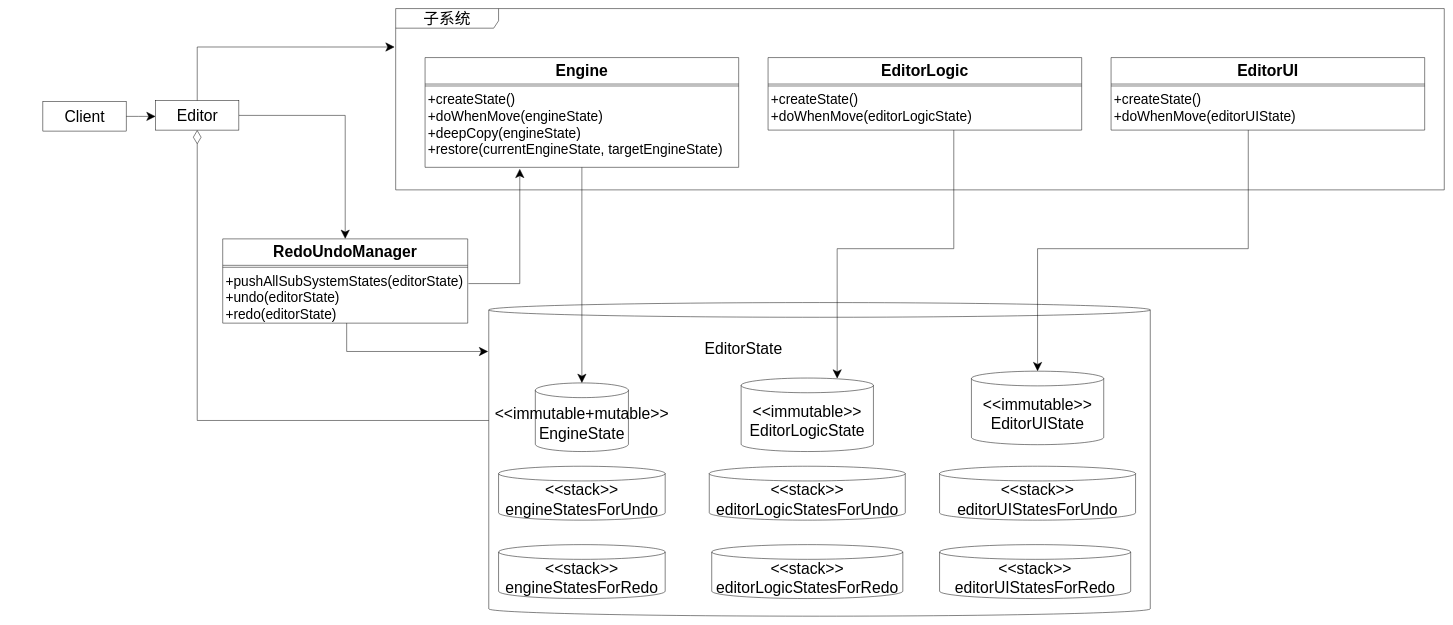
Earlier version of the draw.io diagram packages/撤销重做模式/story_improve/UML.drawio (yyc-git/3DProgramPattern). Source tidied: cells renumbered, new cells numbered last; positions are measured from the earlier drawing's top-left corner, leaving out a move shared by most shapes. Both pictures are drawn from the tidied source at 49%, with x=0, y=0 at pixel (43, 8).
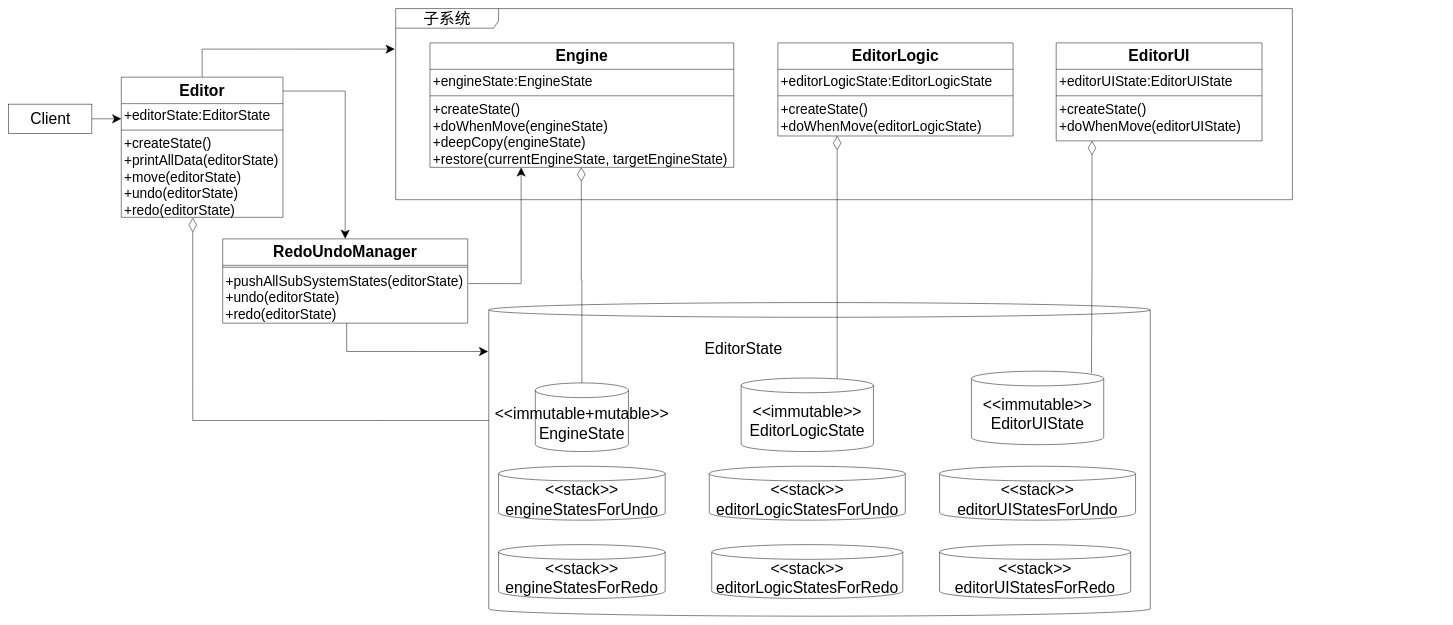
After the change.

Unchanged cells that the change refers to:
```xml
<mxCell id="3" style="shape=cylinder3;whiteSpace=wrap;html=1;boundedLbl=1;backgroundOutline=1;size=15;" parent="1" vertex="1">
  <mxGeometry x="910" y="600" width="1350" height="640" as="geometry" />
</mxCell>
<mxCell id="8" value="RedoUndoManager" style="swimlane;fontStyle=1;align=center;verticalAlign=top;horizontal=1;startSize=54;fontSize=32;" parent="1" vertex="1">
  <mxGeometry x="367" y="470" width="500" height="172" as="geometry" />
</mxCell>
<mxCell id="10" value="+pushAllSubSystemStates(editorState)&#10;+undo(editorState)&#10;+redo(editorState)" style="text;strokeColor=none;fillColor=none;align=left;verticalAlign=top;spacingLeft=4;spacingRight=4;overflow=hidden;points=[[0,0.5],[1,0.5]];portConstraint=eastwest;fontSize=28;" parent="8" vertex="1">
  <mxGeometry y="62" width="500" height="110" as="geometry" />
</mxCell>
<mxCell id="11" value="&lt;font style=&quot;font-size: 32px&quot;&gt;&amp;lt;&amp;lt;immutable+mutable&amp;gt;&amp;gt;&lt;br&gt;EngineState&lt;/font&gt;" style="shape=cylinder3;whiteSpace=wrap;html=1;boundedLbl=1;backgroundOutline=1;size=15;" parent="1" vertex="1">
  <mxGeometry x="1005" y="764" width="190" height="140" as="geometry" />
</mxCell>
<mxCell id="13" value="&lt;font style=&quot;font-size: 32px&quot;&gt;&amp;lt;&amp;lt;immutable&amp;gt;&amp;gt;&lt;br&gt;EditorLogicState&lt;/font&gt;" style="shape=cylinder3;whiteSpace=wrap;html=1;boundedLbl=1;backgroundOutline=1;size=15;" parent="1" vertex="1">
  <mxGeometry x="1425" y="754" width="270" height="150" as="geometry" />
</mxCell>
<mxCell id="14" value="&lt;font style=&quot;font-size: 32px&quot;&gt;&amp;lt;&amp;lt;immutable&amp;gt;&amp;gt;&lt;br&gt;EditorUIState&lt;/font&gt;" style="shape=cylinder3;whiteSpace=wrap;html=1;boundedLbl=1;backgroundOutline=1;size=15;" parent="1" vertex="1">
  <mxGeometry x="1895" y="740" width="270" height="150" as="geometry" />
</mxCell>
```

Change to the diagram source:
```diff
@@
     <mxCell id="2" value="&lt;font style=&quot;font-size: 32px&quot;&gt;子系统&lt;/font&gt;" style="shape=umlFrame;whiteSpace=wrap;html=1;width=210;height=40;fontSize=32;" parent="1" vertex="1">
-      <mxGeometry x="720" width="2140" height="370" as="geometry" />
+      <mxGeometry x="720" width="1830" height="390" as="geometry" />
     </mxCell>
@@
     <mxCell id="4" style="edgeStyle=orthogonalEdgeStyle;rounded=0;jettySize=auto;html=1;endSize=16;startSize=16;" parent="1" edge="1" source="5">
       <mxGeometry relative="1" as="geometry">
-        <mxPoint x="230" y="220" as="targetPoint" />
+        <mxPoint x="160" y="225" as="targetPoint" />
       </mxGeometry>
     </mxCell>
     <mxCell id="5" value="Client" style="html=1;fontSize=32;" parent="1" vertex="1">
-      <mxGeometry y="190" width="170" height="60" as="geometry" />
+      <mxGeometry x="-70" y="195" width="170" height="60" as="geometry" />
     </mxCell>
-    <mxCell id="6" style="edgeStyle=orthogonalEdgeStyle;rounded=0;jettySize=auto;html=1;entryX=0.302;entryY=1.019;entryDx=0;entryDy=0;entryPerimeter=0;startSize=16;endSize=16;exitX=1.003;exitY=0.266;exitDx=0;exitDy=0;exitPerimeter=0;" parent="1" edge="1" source="10" target="18">
+    <mxCell id="6" style="edgeStyle=orthogonalEdgeStyle;rounded=0;jettySize=auto;html=1;startSize=16;endSize=16;exitX=1.003;exitY=0.266;exitDx=0;exitDy=0;exitPerimeter=0;" parent="1" edge="1" source="10" target="18">
       <mxGeometry relative="1" as="geometry">
         <Array as="points">
-          <mxPoint x="973" y="561" />
+          <mxPoint x="976" y="561" />
         </Array>
       </mxGeometry>
     </mxCell>
@@
-    <mxCell id="12" style="edgeStyle=orthogonalEdgeStyle;rounded=0;jettySize=auto;html=1;entryX=0;entryY=0.376;entryDx=0;entryDy=0;entryPerimeter=0;startSize=26;endSize=26;exitX=0.5;exitY=1;exitDx=0;exitDy=0;startArrow=diamondThin;startFill=0;endArrow=none;endFill=0;" parent="1" edge="1" source="36" target="3">
-      <mxGeometry relative="1" as="geometry" />
+    <mxCell id="12" style="edgeStyle=orthogonalEdgeStyle;rounded=0;jettySize=auto;html=1;entryX=0;entryY=0.376;entryDx=0;entryDy=0;entryPerimeter=0;startSize=26;endSize=26;startArrow=diamondThin;startFill=0;endArrow=none;endFill=0;exitX=0.442;exitY=1.007;exitDx=0;exitDy=0;exitPerimeter=0;" parent="1" edge="1" source="45" target="3">
+      <mxGeometry relative="1" as="geometry">
+        <Array as="points">
+          <mxPoint x="306" y="841" />
+        </Array>
+      </mxGeometry>
     </mxCell>
@@
-    <mxCell id="15" style="edgeStyle=orthogonalEdgeStyle;rounded=0;jettySize=auto;html=1;entryX=0.5;entryY=0;entryDx=0;entryDy=0;entryPerimeter=0;endSize=16;startSize=16;" parent="1" edge="1" source="16" target="11">
+    <mxCell id="15" style="edgeStyle=orthogonalEdgeStyle;rounded=0;jettySize=auto;html=1;entryX=0.5;entryY=0;entryDx=0;entryDy=0;entryPerimeter=0;endSize=26;startSize=26;exitX=0.498;exitY=1;exitDx=0;exitDy=0;exitPerimeter=0;startArrow=diamondThin;startFill=0;endArrow=none;endFill=0;" parent="1" edge="1" source="18" target="11">
       <mxGeometry relative="1" as="geometry" />
     </mxCell>
-    <mxCell id="16" value="Engine" style="swimlane;fontStyle=1;align=center;verticalAlign=top;horizontal=1;startSize=54;fontSize=32;" parent="1" vertex="1">
-      <mxGeometry x="780" y="100" width="640" height="224" as="geometry" />
-    </mxCell>
-    <mxCell id="17" style="line;strokeWidth=1;fillColor=none;align=left;verticalAlign=middle;spacingTop=-1;spacingLeft=3;spacingRight=3;labelPosition=right;" parent="16" vertex="1">
-      <mxGeometry y="54" width="640" height="8" as="geometry" />
-    </mxCell>
-    <mxCell id="18" value="+createState()&#10;+doWhenMove(engineState)&#10;+deepCopy(engineState)&#10;+restore(currentEngineState, targetEngineState)" style="text;strokeColor=none;fillColor=none;align=left;verticalAlign=top;spacingLeft=4;spacingRight=4;overflow=hidden;points=[[0,0.5],[1,0.5]];portConstraint=eastwest;fontSize=28;" parent="16" vertex="1">
-      <mxGeometry y="62" width="640" height="162" as="geometry" />
-    </mxCell>
-    <mxCell id="19" style="edgeStyle=orthogonalEdgeStyle;rounded=0;jettySize=auto;html=1;startSize=16;endSize=16;entryX=0.726;entryY=0.007;entryDx=0;entryDy=0;entryPerimeter=0;" parent="1" edge="1" source="20" target="13">
+    <mxCell id="19" style="edgeStyle=orthogonalEdgeStyle;rounded=0;jettySize=auto;html=1;startSize=26;endSize=26;entryX=0.726;entryY=0.007;entryDx=0;entryDy=0;entryPerimeter=0;startArrow=diamondThin;startFill=0;endArrow=none;endFill=0;" parent="1" edge="1" source="22" target="13">
       <mxGeometry relative="1" as="geometry">
         <Array as="points">
-          <mxPoint x="1859" y="490" />
-          <mxPoint x="1621" y="490" />
+          <mxPoint x="1621" y="290" />
+          <mxPoint x="1621" y="290" />
         </Array>
       </mxGeometry>
     </mxCell>
-    <mxCell id="20" value="EditorLogic" style="swimlane;fontStyle=1;align=center;verticalAlign=top;horizontal=1;startSize=54;fontSize=32;" parent="1" vertex="1">
-      <mxGeometry x="1480" y="100" width="640" height="148" as="geometry" />
-    </mxCell>
-    <mxCell id="21" style="line;strokeWidth=1;fillColor=none;align=left;verticalAlign=middle;spacingTop=-1;spacingLeft=3;spacingRight=3;labelPosition=right;" parent="20" vertex="1">
-      <mxGeometry y="54" width="640" height="8" as="geometry" />
-    </mxCell>
-    <mxCell id="22" value="+createState()&#10;+doWhenMove(editorLogicState)&#10;" style="text;strokeColor=none;fillColor=none;align=left;verticalAlign=top;spacingLeft=4;spacingRight=4;overflow=hidden;points=[[0,0.5],[1,0.5]];portConstraint=eastwest;fontSize=28;" parent="20" vertex="1">
-      <mxGeometry y="62" width="640" height="86" as="geometry" />
-    </mxCell>
-    <mxCell id="23" style="edgeStyle=orthogonalEdgeStyle;rounded=0;jettySize=auto;html=1;startSize=16;endSize=16;entryX=0.5;entryY=0;entryDx=0;entryDy=0;entryPerimeter=0;" parent="1" edge="1" source="26" target="14">
+    <mxCell id="23" style="edgeStyle=orthogonalEdgeStyle;rounded=0;jettySize=auto;html=1;startSize=26;endSize=26;startArrow=diamondThin;startFill=0;endArrow=none;endFill=0;exitX=0.174;exitY=1;exitDx=0;exitDy=0;exitPerimeter=0;" parent="1" edge="1" source="26">
       <mxGeometry relative="1" as="geometry">
-        <Array as="points">
-          <mxPoint x="2460" y="490" />
-          <mxPoint x="2030" y="490" />
-        </Array>
+        <mxPoint x="2140" y="744" as="targetPoint" />
       </mxGeometry>
     </mxCell>
-    <mxCell id="24" value="EditorUI" style="swimlane;fontStyle=1;align=center;verticalAlign=top;horizontal=1;startSize=54;fontSize=32;" parent="1" vertex="1">
-      <mxGeometry x="2180" y="100" width="640" height="148" as="geometry" />
-    </mxCell>
-    <mxCell id="25" style="line;strokeWidth=1;fillColor=none;align=left;verticalAlign=middle;spacingTop=-1;spacingLeft=3;spacingRight=3;labelPosition=right;" parent="24" vertex="1">
-      <mxGeometry y="54" width="640" height="8" as="geometry" />
-    </mxCell>
-    <mxCell id="26" value="+createState()&#10;+doWhenMove(editorUIState)&#10;" style="text;strokeColor=none;fillColor=none;align=left;verticalAlign=top;spacingLeft=4;spacingRight=4;overflow=hidden;points=[[0,0.5],[1,0.5]];portConstraint=eastwest;fontSize=28;" parent="24" vertex="1">
-      <mxGeometry y="62" width="640" height="86" as="geometry" />
-    </mxCell>
@@
-    <mxCell id="35" style="edgeStyle=orthogonalEdgeStyle;rounded=0;jettySize=auto;html=1;startSize=16;endSize=16;exitX=1;exitY=0.5;exitDx=0;exitDy=0;" parent="1" edge="1" source="36" target="8">
+    <mxCell id="35" style="edgeStyle=orthogonalEdgeStyle;rounded=0;jettySize=auto;html=1;startSize=16;endSize=16;exitX=1;exitY=0.099;exitDx=0;exitDy=0;exitPerimeter=0;" parent="1" edge="1" source="36" target="8">
       <mxGeometry relative="1" as="geometry" />
     </mxCell>
+    <mxCell id="16" value="Engine" style="swimlane;fontStyle=1;align=center;verticalAlign=top;horizontal=1;startSize=54;fontSize=32;" parent="1" vertex="1">
+      <mxGeometry x="790" y="70" width="620" height="254" as="geometry" />
+    </mxCell>
+    <mxCell id="37" value="+engineState:EngineState" style="text;strokeColor=none;fillColor=none;align=left;verticalAlign=top;spacingLeft=4;spacingRight=4;overflow=hidden;fontSize=28;" parent="16" vertex="1">
+      <mxGeometry y="54" width="620" height="50" as="geometry" />
+    </mxCell>
+    <mxCell id="38" style="line;strokeWidth=1;fillColor=none;align=left;verticalAlign=middle;spacingTop=-1;spacingLeft=3;spacingRight=3;labelPosition=right;" parent="16" vertex="1">
+      <mxGeometry y="104" width="620" height="8" as="geometry" />
+    </mxCell>
+    <mxCell id="18" value="+createState()&#10;+doWhenMove(engineState)&#10;+deepCopy(engineState)&#10;+restore(currentEngineState, targetEngineState)" style="text;strokeColor=none;fillColor=none;align=left;verticalAlign=top;spacingLeft=4;spacingRight=4;overflow=hidden;points=[[0,0.5],[1,0.5]];portConstraint=eastwest;fontSize=28;" parent="16" vertex="1">
+      <mxGeometry y="112" width="620" height="142" as="geometry" />
+    </mxCell>
+    <mxCell id="20" value="EditorLogic" style="swimlane;fontStyle=1;align=center;verticalAlign=top;horizontal=1;startSize=54;fontSize=32;" parent="1" vertex="1">
+      <mxGeometry x="1500" y="70" width="480" height="190" as="geometry" />
+    </mxCell>
+    <mxCell id="39" value="+editorLogicState:EditorLogicState" style="text;strokeColor=none;fillColor=none;align=left;verticalAlign=top;spacingLeft=4;spacingRight=4;overflow=hidden;fontSize=28;" parent="20" vertex="1">
+      <mxGeometry y="54" width="480" height="50" as="geometry" />
+    </mxCell>
+    <mxCell id="40" style="line;strokeWidth=1;fillColor=none;align=left;verticalAlign=middle;spacingTop=-1;spacingLeft=3;spacingRight=3;labelPosition=right;" parent="20" vertex="1">
+      <mxGeometry y="104" width="480" height="8" as="geometry" />
+    </mxCell>
+    <mxCell id="22" value="+createState()&#10;+doWhenMove(editorLogicState)&#10;" style="text;strokeColor=none;fillColor=none;align=left;verticalAlign=top;spacingLeft=4;spacingRight=4;overflow=hidden;points=[[0,0.5],[1,0.5]];portConstraint=eastwest;fontSize=28;" parent="20" vertex="1">
+      <mxGeometry y="112" width="480" height="78" as="geometry" />
+    </mxCell>
+    <mxCell id="24" value="EditorUI" style="swimlane;fontStyle=1;align=center;verticalAlign=top;horizontal=1;startSize=54;fontSize=32;" parent="1" vertex="1">
+      <mxGeometry x="2068" y="70" width="420" height="200" as="geometry" />
+    </mxCell>
+    <mxCell id="41" value="+editorUIState:EditorUIState" style="text;strokeColor=none;fillColor=none;align=left;verticalAlign=top;spacingLeft=4;spacingRight=4;overflow=hidden;fontSize=28;" parent="24" vertex="1">
+      <mxGeometry y="54" width="420" height="50" as="geometry" />
+    </mxCell>
+    <mxCell id="42" style="line;strokeWidth=1;fillColor=none;align=left;verticalAlign=middle;spacingTop=-1;spacingLeft=3;spacingRight=3;labelPosition=right;" parent="24" vertex="1">
+      <mxGeometry y="104" width="420" height="8" as="geometry" />
+    </mxCell>
+    <mxCell id="26" value="+createState()&#10;+doWhenMove(editorUIState)&#10;" style="text;strokeColor=none;fillColor=none;align=left;verticalAlign=top;spacingLeft=4;spacingRight=4;overflow=hidden;points=[[0,0.5],[1,0.5]];portConstraint=eastwest;fontSize=28;" parent="24" vertex="1">
+      <mxGeometry y="112" width="420" height="88" as="geometry" />
+    </mxCell>
-    <mxCell id="36" value="Editor" style="html=1;fontSize=32;" parent="1" vertex="1">
-      <mxGeometry x="230" y="188" width="170" height="60" as="geometry" />
+    <mxCell id="36" value="Editor" style="swimlane;fontStyle=1;align=center;verticalAlign=top;horizontal=1;startSize=54;fontSize=32;" parent="1" vertex="1">
+      <mxGeometry x="160" y="140" width="330" height="286" as="geometry" />
     </mxCell>
+    <mxCell id="43" value="+editorState:EditorState" style="text;strokeColor=none;fillColor=none;align=left;verticalAlign=top;spacingLeft=4;spacingRight=4;overflow=hidden;fontSize=28;" parent="36" vertex="1">
+      <mxGeometry y="54" width="330" height="50" as="geometry" />
+    </mxCell>
+    <mxCell id="44" style="line;strokeWidth=1;fillColor=none;align=left;verticalAlign=middle;spacingTop=-1;spacingLeft=3;spacingRight=3;labelPosition=right;" parent="36" vertex="1">
+      <mxGeometry y="104" width="330" height="8" as="geometry" />
+    </mxCell>
+    <mxCell id="45" value="+createState()&#10;+printAllData(editorState)&#10;+move(editorState)&#10;+undo(editorState)&#10;+redo(editorState)" style="text;strokeColor=none;fillColor=none;align=left;verticalAlign=top;spacingLeft=4;spacingRight=4;overflow=hidden;points=[[0,0.5],[1,0.5]];portConstraint=eastwest;fontSize=28;" parent="36" vertex="1">
+      <mxGeometry y="112" width="330" height="174" as="geometry" />
+    </mxCell>
```
